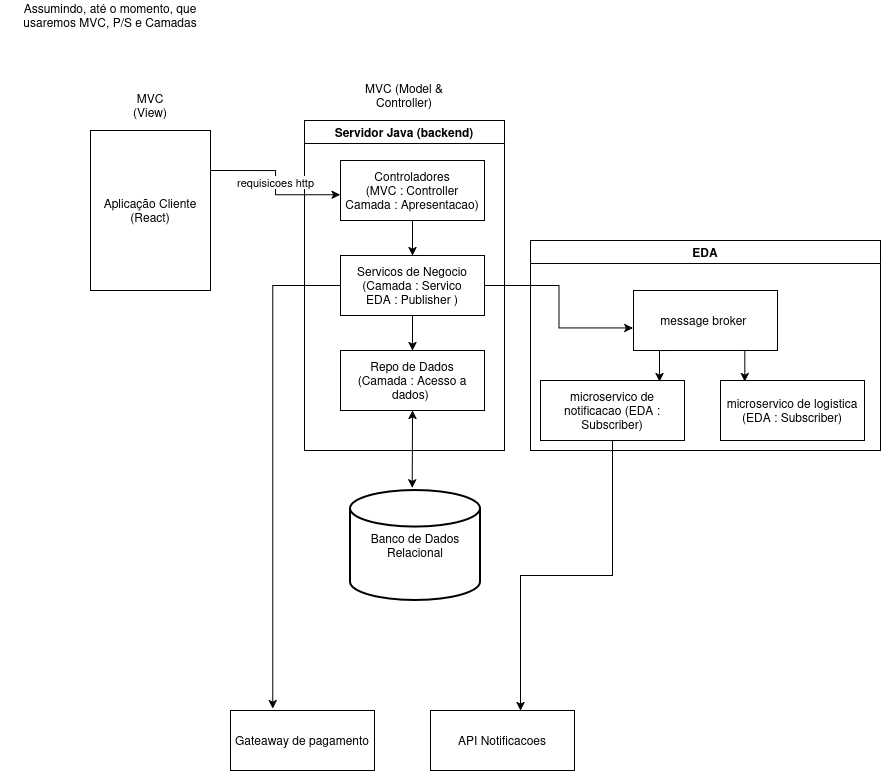
Before: Diagramas/visao-arquitetural/Visao arquitetural.drawio.png, a diagram exported from draw.io (vaniacourses/Floricultura-PRPP). Source tidied: cells renumbered, new cells last; positions are measured from the earlier drawing's top-left corner, leaving out a move shared by most shapes. The source it was exported from:
```xml
<mxGraphModel>
  <root>
    <mxCell id="0" />
    <mxCell id="1" parent="0" />
    <mxCell id="2" value="Aplicação Cliente (React)" style="rounded=0;whiteSpace=wrap;html=1;" parent="1" vertex="1">
      <mxGeometry x="90" y="130" width="120" height="160" as="geometry" />
    </mxCell>
    <mxCell id="3" value="MVC (View)" style="text;html=1;whiteSpace=wrap;strokeColor=none;fillColor=none;align=center;verticalAlign=middle;rounded=0;" parent="1" vertex="1">
      <mxGeometry x="120" y="90" width="60" height="30" as="geometry" />
    </mxCell>
    <mxCell id="4" value="MVC (Model &amp;amp; Controller)" style="text;html=1;whiteSpace=wrap;strokeColor=none;fillColor=none;align=center;verticalAlign=middle;rounded=0;" parent="1" vertex="1">
      <mxGeometry x="354" y="80" width="100" height="30" as="geometry" />
    </mxCell>
    <mxCell id="5" value="Servidor Java (backend)" style="swimlane;" parent="1" vertex="1">
      <mxGeometry x="304" y="120" width="200" height="330" as="geometry" />
    </mxCell>
    <mxCell id="6" style="edgeStyle=orthogonalEdgeStyle;rounded=0;jettySize=auto;html=1;entryX=0.5;entryY=0;entryDx=0;entryDy=0;" parent="5" edge="1" source="7" target="9">
      <mxGeometry relative="1" as="geometry" />
    </mxCell>
    <mxCell id="7" value="Controladores&lt;div&gt;(MVC : Controller&lt;br&gt;Camada : Apresentacao)&lt;/div&gt;" style="rounded=0;whiteSpace=wrap;html=1;" parent="5" vertex="1">
      <mxGeometry x="36" y="40" width="144" height="60" as="geometry" />
    </mxCell>
    <mxCell id="8" style="edgeStyle=orthogonalEdgeStyle;rounded=0;jettySize=auto;html=1;entryX=0.5;entryY=0;entryDx=0;entryDy=0;" parent="5" edge="1" source="9" target="10">
      <mxGeometry relative="1" as="geometry" />
    </mxCell>
    <mxCell id="9" value="Servicos de Negocio&lt;div&gt;(Camada : Servico&lt;/div&gt;&lt;div&gt;EDA : Publisher )&lt;/div&gt;" style="rounded=0;whiteSpace=wrap;html=1;" parent="5" vertex="1">
      <mxGeometry x="36" y="135" width="144" height="60" as="geometry" />
    </mxCell>
    <mxCell id="10" value="Repo de Dados&lt;div&gt;(Camada : Acesso a dados)&amp;nbsp;&lt;/div&gt;" style="rounded=0;whiteSpace=wrap;html=1;" parent="5" vertex="1">
      <mxGeometry x="36" y="230" width="144" height="60" as="geometry" />
    </mxCell>
    <mxCell id="11" value="Assumindo, até o momento, que usaremos MVC, P/S e Camadas" style="text;html=1;whiteSpace=wrap;strokeColor=none;fillColor=none;align=center;verticalAlign=middle;rounded=0;" parent="1" vertex="1">
      <mxGeometry width="220" height="30" as="geometry" />
    </mxCell>
    <mxCell id="12" value="requisicoes http" style="edgeStyle=orthogonalEdgeStyle;rounded=0;jettySize=auto;html=1;exitX=1;exitY=0.25;exitDx=0;exitDy=0;entryX=-0.002;entryY=0.571;entryDx=0;entryDy=0;entryPerimeter=0;" parent="1" edge="1" source="2" target="7">
      <mxGeometry relative="1" as="geometry" />
    </mxCell>
    <mxCell id="13" value="Banco de Dados Relacional" style="strokeWidth=2;html=1;shape=mxgraph.flowchart.database;whiteSpace=wrap;" parent="1" vertex="1">
      <mxGeometry x="350" y="490" width="130" height="110" as="geometry" />
    </mxCell>
    <mxCell id="14" style="endArrow=classic;startArrow=classic;html=1;rounded=0;exitX=0.536;exitY=-0.023;exitDx=0;exitDy=0;exitPerimeter=0;" parent="1" edge="1">
      <mxGeometry relative="1" as="geometry">
        <mxPoint x="411.7" y="487.5" as="sourcePoint" />
        <mxPoint x="412" y="410" as="targetPoint" />
      </mxGeometry>
    </mxCell>
    <mxCell id="15" value="Gateaway de pagamento" style="rounded=0;whiteSpace=wrap;html=1;" parent="1" vertex="1">
      <mxGeometry x="230" y="710" width="144" height="60" as="geometry" />
    </mxCell>
    <mxCell id="16" value="API Notificacoes" style="rounded=0;whiteSpace=wrap;html=1;" parent="1" vertex="1">
      <mxGeometry x="430" y="710" width="144" height="60" as="geometry" />
    </mxCell>
    <mxCell id="17" style="edgeStyle=orthogonalEdgeStyle;rounded=0;jettySize=auto;html=1;exitX=0;exitY=0.5;exitDx=0;exitDy=0;entryX=0.294;entryY=-0.033;entryDx=0;entryDy=0;entryPerimeter=0;" parent="1" edge="1" source="9" target="15">
      <mxGeometry relative="1" as="geometry" />
    </mxCell>
    <mxCell id="18" value="EDA" style="swimlane;whiteSpace=wrap;html=1;" parent="1" vertex="1">
      <mxGeometry x="530" y="240" width="350" height="210" as="geometry" />
    </mxCell>
    <mxCell id="19" value="message broker&amp;nbsp;" style="rounded=0;whiteSpace=wrap;html=1;" parent="18" vertex="1">
      <mxGeometry x="103" y="50" width="144" height="60" as="geometry" />
    </mxCell>
    <mxCell id="20" value="microservico de notificacao (EDA : Subscriber)" style="rounded=0;whiteSpace=wrap;html=1;" parent="18" vertex="1">
      <mxGeometry x="10" y="140" width="144" height="60" as="geometry" />
    </mxCell>
    <mxCell id="21" value="microservico de logistica (EDA : Subscriber)" style="rounded=0;whiteSpace=wrap;html=1;" parent="18" vertex="1">
      <mxGeometry x="190" y="140" width="144" height="60" as="geometry" />
    </mxCell>
    <mxCell id="22" style="edgeStyle=orthogonalEdgeStyle;rounded=0;jettySize=auto;html=1;exitX=0.25;exitY=1;exitDx=0;exitDy=0;entryX=0.827;entryY=0.019;entryDx=0;entryDy=0;entryPerimeter=0;" parent="18" edge="1" source="19" target="20">
      <mxGeometry relative="1" as="geometry" />
    </mxCell>
    <mxCell id="23" style="edgeStyle=orthogonalEdgeStyle;rounded=0;jettySize=auto;html=1;exitX=0.75;exitY=1;exitDx=0;exitDy=0;entryX=0.169;entryY=0.019;entryDx=0;entryDy=0;entryPerimeter=0;" parent="18" edge="1" source="19" target="21">
      <mxGeometry relative="1" as="geometry" />
    </mxCell>
    <mxCell id="24" style="edgeStyle=orthogonalEdgeStyle;rounded=0;jettySize=auto;html=1;entryX=-0.005;entryY=0.624;entryDx=0;entryDy=0;entryPerimeter=0;" parent="1" edge="1" source="9" target="19">
      <mxGeometry relative="1" as="geometry" />
    </mxCell>
    <mxCell id="25" style="edgeStyle=orthogonalEdgeStyle;rounded=0;jettySize=auto;html=1;entryX=0.625;entryY=0;entryDx=0;entryDy=0;entryPerimeter=0;" parent="1" edge="1" source="20" target="16">
      <mxGeometry relative="1" as="geometry" />
    </mxCell>
  </root>
</mxGraphModel>
```
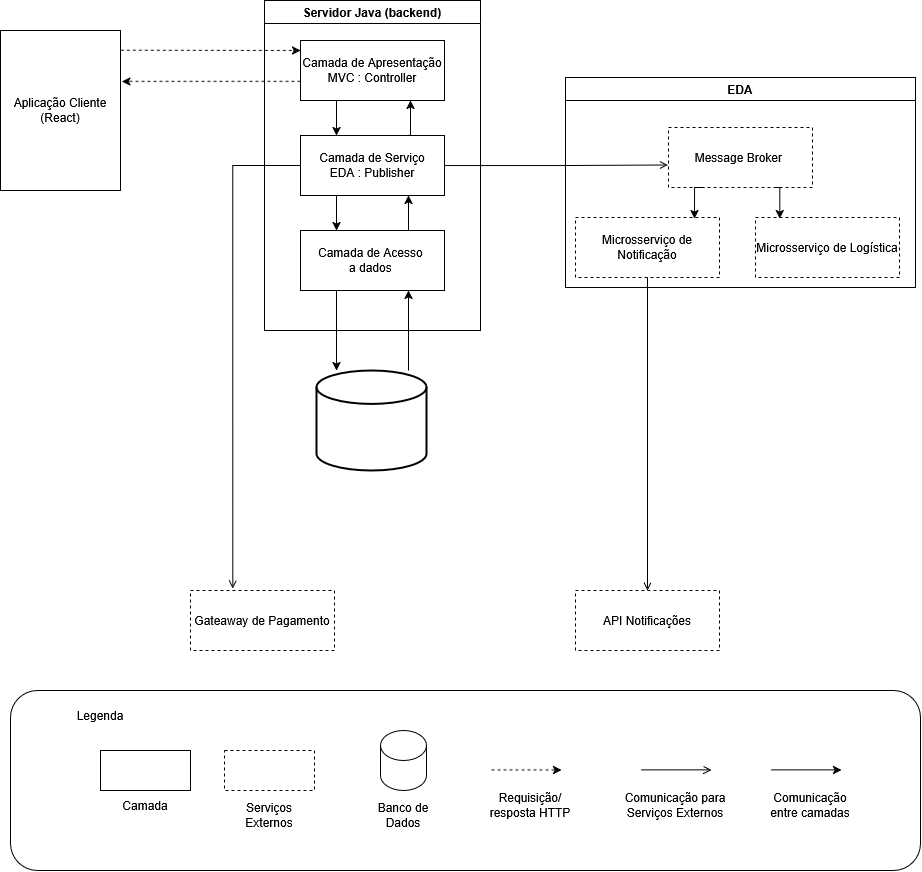
The same diagram one commit later.

Commit message:
Atualizar diagrama de Visão Arquitetural

What changed in the source:
```diff
@@ -3,66 +3,59 @@
     <mxCell id="0" />
     <mxCell id="1" parent="0" />
     <mxCell id="2" value="Aplicação Cliente (React)" style="rounded=0;whiteSpace=wrap;html=1;" parent="1" vertex="1">
-      <mxGeometry x="90" y="130" width="120" height="160" as="geometry" />
+      <mxGeometry x="40" y="150" width="120" height="160" as="geometry" />
     </mxCell>
-    <mxCell id="3" value="MVC (View)" style="text;html=1;whiteSpace=wrap;strokeColor=none;fillColor=none;align=center;verticalAlign=middle;rounded=0;" parent="1" vertex="1">
-      <mxGeometry x="120" y="90" width="60" height="30" as="geometry" />
-    </mxCell>
-    <mxCell id="4" value="MVC (Model &amp;amp; Controller)" style="text;html=1;whiteSpace=wrap;strokeColor=none;fillColor=none;align=center;verticalAlign=middle;rounded=0;" parent="1" vertex="1">
-      <mxGeometry x="354" y="80" width="100" height="30" as="geometry" />
-    </mxCell>
     <mxCell id="5" value="Servidor Java (backend)" style="swimlane;" parent="1" vertex="1">
-      <mxGeometry x="304" y="120" width="200" height="330" as="geometry" />
+      <mxGeometry x="304" y="120" width="216" height="330" as="geometry" />
     </mxCell>
-    <mxCell id="6" style="edgeStyle=orthogonalEdgeStyle;rounded=0;jettySize=auto;html=1;entryX=0.5;entryY=0;entryDx=0;entryDy=0;" parent="5" edge="1" source="7" target="9">
+    <mxCell id="6" style="edgeStyle=orthogonalEdgeStyle;rounded=0;jettySize=auto;html=1;entryX=0.25;entryY=0;entryDx=0;entryDy=0;exitX=0.25;exitY=1;exitDx=0;exitDy=0;" parent="5" edge="1" source="7" target="9">
       <mxGeometry relative="1" as="geometry" />
     </mxCell>
-    <mxCell id="7" value="Controladores&lt;div&gt;(MVC : Controller&lt;br&gt;Camada : Apresentacao)&lt;/div&gt;" style="rounded=0;whiteSpace=wrap;html=1;" parent="5" vertex="1">
+    <mxCell id="7" value="&lt;div&gt;Camada de Apresentação&lt;/div&gt;&lt;div&gt;MVC : Controller&lt;/div&gt;" style="rounded=0;whiteSpace=wrap;html=1;" parent="5" vertex="1">
       <mxGeometry x="36" y="40" width="144" height="60" as="geometry" />
     </mxCell>
-    <mxCell id="8" style="edgeStyle=orthogonalEdgeStyle;rounded=0;jettySize=auto;html=1;entryX=0.5;entryY=0;entryDx=0;entryDy=0;" parent="5" edge="1" source="9" target="10">
+    <mxCell id="8" style="edgeStyle=orthogonalEdgeStyle;rounded=0;jettySize=auto;html=1;entryX=0.25;entryY=0;entryDx=0;entryDy=0;exitX=0.25;exitY=1;exitDx=0;exitDy=0;" parent="5" edge="1" source="9" target="10">
       <mxGeometry relative="1" as="geometry" />
     </mxCell>
+    <mxCell id="26" style="edgeStyle=orthogonalEdgeStyle;rounded=0;jettySize=auto;html=1;exitX=0.75;exitY=0;exitDx=0;exitDy=0;" parent="5" edge="1" source="9">
+      <mxGeometry relative="1" as="geometry">
+        <mxPoint x="146" y="100" as="targetPoint" />
+        <Array as="points">
+          <mxPoint x="146" y="135" />
+        </Array>
+      </mxGeometry>
+    </mxCell>
-    <mxCell id="9" value="Servicos de Negocio&lt;div&gt;(Camada : Servico&lt;/div&gt;&lt;div&gt;EDA : Publisher )&lt;/div&gt;" style="rounded=0;whiteSpace=wrap;html=1;" parent="5" vertex="1">
+    <mxCell id="9" value="&lt;div&gt;Camada de Serviço&lt;/div&gt;&lt;div&gt;EDA : Publisher&lt;/div&gt;" style="rounded=0;whiteSpace=wrap;html=1;" parent="5" vertex="1">
       <mxGeometry x="36" y="135" width="144" height="60" as="geometry" />
     </mxCell>
+    <mxCell id="27" style="edgeStyle=orthogonalEdgeStyle;rounded=0;jettySize=auto;html=1;entryX=0.75;entryY=1;entryDx=0;entryDy=0;exitX=0.75;exitY=0;exitDx=0;exitDy=0;" parent="5" edge="1" source="10" target="9">
+      <mxGeometry relative="1" as="geometry" />
+    </mxCell>
-    <mxCell id="10" value="Repo de Dados&lt;div&gt;(Camada : Acesso a dados)&amp;nbsp;&lt;/div&gt;" style="rounded=0;whiteSpace=wrap;html=1;" parent="5" vertex="1">
+    <mxCell id="10" value="Camada de Acesso&amp;nbsp;&lt;div&gt;a dados&amp;nbsp;&lt;/div&gt;" style="rounded=0;whiteSpace=wrap;html=1;" parent="5" vertex="1">
       <mxGeometry x="36" y="230" width="144" height="60" as="geometry" />
     </mxCell>
-    <mxCell id="11" value="Assumindo, até o momento, que usaremos MVC, P/S e Camadas" style="text;html=1;whiteSpace=wrap;strokeColor=none;fillColor=none;align=center;verticalAlign=middle;rounded=0;" parent="1" vertex="1">
-      <mxGeometry width="220" height="30" as="geometry" />
-    </mxCell>
-    <mxCell id="12" value="requisicoes http" style="edgeStyle=orthogonalEdgeStyle;rounded=0;jettySize=auto;html=1;exitX=1;exitY=0.25;exitDx=0;exitDy=0;entryX=-0.002;entryY=0.571;entryDx=0;entryDy=0;entryPerimeter=0;" parent="1" edge="1" source="2" target="7">
-      <mxGeometry relative="1" as="geometry" />
-    </mxCell>
-    <mxCell id="13" value="Banco de Dados Relacional" style="strokeWidth=2;html=1;shape=mxgraph.flowchart.database;whiteSpace=wrap;" parent="1" vertex="1">
-      <mxGeometry x="350" y="490" width="130" height="110" as="geometry" />
+    <mxCell id="13" style="strokeWidth=2;html=1;shape=mxgraph.flowchart.database;whiteSpace=wrap;" parent="1" vertex="1">
+      <mxGeometry x="356" y="490" width="110" height="100" as="geometry" />
     </mxCell>
-    <mxCell id="14" style="endArrow=classic;startArrow=classic;html=1;rounded=0;exitX=0.536;exitY=-0.023;exitDx=0;exitDy=0;exitPerimeter=0;" parent="1" edge="1">
-      <mxGeometry relative="1" as="geometry">
-        <mxPoint x="411.7" y="487.5" as="sourcePoint" />
-        <mxPoint x="412" y="410" as="targetPoint" />
-      </mxGeometry>
-    </mxCell>
-    <mxCell id="15" value="Gateaway de pagamento" style="rounded=0;whiteSpace=wrap;html=1;" parent="1" vertex="1">
+    <mxCell id="15" value="Gateaway de Pagamento" style="rounded=0;whiteSpace=wrap;html=1;dashed=1;" parent="1" vertex="1">
       <mxGeometry x="230" y="710" width="144" height="60" as="geometry" />
     </mxCell>
-    <mxCell id="16" value="API Notificacoes" style="rounded=0;whiteSpace=wrap;html=1;" parent="1" vertex="1">
-      <mxGeometry x="430" y="710" width="144" height="60" as="geometry" />
+    <mxCell id="16" value="API Notificações" style="rounded=0;whiteSpace=wrap;html=1;dashed=1;" parent="1" vertex="1">
+      <mxGeometry x="615" y="710" width="144" height="60" as="geometry" />
     </mxCell>
-    <mxCell id="17" style="edgeStyle=orthogonalEdgeStyle;rounded=0;jettySize=auto;html=1;exitX=0;exitY=0.5;exitDx=0;exitDy=0;entryX=0.294;entryY=-0.033;entryDx=0;entryDy=0;entryPerimeter=0;" parent="1" edge="1" source="9" target="15">
+    <mxCell id="17" style="edgeStyle=orthogonalEdgeStyle;rounded=0;jettySize=auto;html=1;exitX=0;exitY=0.5;exitDx=0;exitDy=0;entryX=0.294;entryY=-0.033;entryDx=0;entryDy=0;entryPerimeter=0;endArrow=open;endFill=0;" parent="1" edge="1" source="9" target="15">
       <mxGeometry relative="1" as="geometry" />
     </mxCell>
     <mxCell id="18" value="EDA" style="swimlane;whiteSpace=wrap;html=1;" parent="1" vertex="1">
-      <mxGeometry x="530" y="240" width="350" height="210" as="geometry" />
+      <mxGeometry x="605" y="197" width="350" height="210" as="geometry" />
     </mxCell>
-    <mxCell id="19" value="message broker&amp;nbsp;" style="rounded=0;whiteSpace=wrap;html=1;" parent="18" vertex="1">
+    <mxCell id="19" value="Message Broker&amp;nbsp;" style="rounded=0;whiteSpace=wrap;html=1;dashed=1;" parent="18" vertex="1">
       <mxGeometry x="103" y="50" width="144" height="60" as="geometry" />
     </mxCell>
-    <mxCell id="20" value="microservico de notificacao (EDA : Subscriber)" style="rounded=0;whiteSpace=wrap;html=1;" parent="18" vertex="1">
+    <mxCell id="20" value="Microsserviço de Notificação" style="rounded=0;whiteSpace=wrap;html=1;dashed=1;" parent="18" vertex="1">
       <mxGeometry x="10" y="140" width="144" height="60" as="geometry" />
     </mxCell>
-    <mxCell id="21" value="microservico de logistica (EDA : Subscriber)" style="rounded=0;whiteSpace=wrap;html=1;" parent="18" vertex="1">
+    <mxCell id="21" value="Microsserviço de Logística" style="rounded=0;whiteSpace=wrap;html=1;dashed=1;" parent="18" vertex="1">
       <mxGeometry x="190" y="140" width="144" height="60" as="geometry" />
     </mxCell>
     <mxCell id="22" style="edgeStyle=orthogonalEdgeStyle;rounded=0;jettySize=auto;html=1;exitX=0.25;exitY=1;exitDx=0;exitDy=0;entryX=0.827;entryY=0.019;entryDx=0;entryDy=0;entryPerimeter=0;" parent="18" edge="1" source="19" target="20">
@@ -71,11 +64,80 @@
     <mxCell id="23" style="edgeStyle=orthogonalEdgeStyle;rounded=0;jettySize=auto;html=1;exitX=0.75;exitY=1;exitDx=0;exitDy=0;entryX=0.169;entryY=0.019;entryDx=0;entryDy=0;entryPerimeter=0;" parent="18" edge="1" source="19" target="21">
       <mxGeometry relative="1" as="geometry" />
     </mxCell>
-    <mxCell id="24" style="edgeStyle=orthogonalEdgeStyle;rounded=0;jettySize=auto;html=1;entryX=-0.005;entryY=0.624;entryDx=0;entryDy=0;entryPerimeter=0;" parent="1" edge="1" source="9" target="19">
+    <mxCell id="24" style="edgeStyle=orthogonalEdgeStyle;rounded=0;jettySize=auto;html=1;entryX=-0.005;entryY=0.624;entryDx=0;entryDy=0;entryPerimeter=0;endArrow=open;endFill=0;" parent="1" edge="1" source="9" target="19">
       <mxGeometry relative="1" as="geometry" />
     </mxCell>
-    <mxCell id="25" style="edgeStyle=orthogonalEdgeStyle;rounded=0;jettySize=auto;html=1;entryX=0.625;entryY=0;entryDx=0;entryDy=0;entryPerimeter=0;" parent="1" edge="1" source="20" target="16">
+    <mxCell id="25" style="edgeStyle=orthogonalEdgeStyle;rounded=0;jettySize=auto;html=1;entryX=0.5;entryY=0;entryDx=0;entryDy=0;endArrow=open;endFill=0;" parent="1" edge="1" source="20" target="16">
       <mxGeometry relative="1" as="geometry" />
     </mxCell>
+    <mxCell id="28" value="Legenda" style="text;html=1;whiteSpace=wrap;strokeColor=none;fillColor=none;align=center;verticalAlign=middle;rounded=0;" parent="1" vertex="1">
+      <mxGeometry x="110" y="820" width="60" height="30" as="geometry" />
+    </mxCell>
+    <mxCell id="29" style="rounded=0;whiteSpace=wrap;html=1;" parent="1" vertex="1">
+      <mxGeometry x="140" y="870" width="90" height="40" as="geometry" />
+    </mxCell>
+    <mxCell id="30" value="Camada" style="text;html=1;whiteSpace=wrap;strokeColor=none;fillColor=none;align=center;verticalAlign=middle;rounded=0;" parent="1" vertex="1">
+      <mxGeometry x="155" y="910" width="60" height="30" as="geometry" />
+    </mxCell>
+    <mxCell id="31" style="shape=cylinder3;whiteSpace=wrap;html=1;boundedLbl=1;backgroundOutline=1;size=15;" parent="1" vertex="1">
+      <mxGeometry x="420" y="850" width="46" height="60" as="geometry" />
+    </mxCell>
+    <mxCell id="32" style="endArrow=classic;html=1;rounded=0;fillColor=#FFFFFF;" parent="1" edge="1">
+      <mxGeometry relative="1" as="geometry">
+        <mxPoint x="811" y="889.4" as="sourcePoint" />
+        <mxPoint x="881" y="889.4" as="targetPoint" />
+      </mxGeometry>
+    </mxCell>
+    <mxCell id="33" value="Comunicação entre camadas" style="text;html=1;whiteSpace=wrap;strokeColor=none;fillColor=none;align=center;verticalAlign=middle;rounded=0;" parent="1" vertex="1">
+      <mxGeometry x="800" y="910" width="100" height="30" as="geometry" />
+    </mxCell>
+    <mxCell id="34" value="Requisição/resposta HTTP" style="text;html=1;whiteSpace=wrap;strokeColor=none;fillColor=none;align=center;verticalAlign=middle;rounded=0;" parent="1" vertex="1">
+      <mxGeometry x="520" y="910" width="100" height="30" as="geometry" />
+    </mxCell>
+    <mxCell id="35" value="Banco de&lt;br&gt;Dados" style="text;html=1;whiteSpace=wrap;strokeColor=none;fillColor=none;align=center;verticalAlign=middle;rounded=0;" parent="1" vertex="1">
+      <mxGeometry x="413" y="920" width="60" height="30" as="geometry" />
+    </mxCell>
+    <mxCell id="36" style="endArrow=classic;html=1;rounded=0;fillColor=#FFFFFF;dashed=1;" parent="1" edge="1">
+      <mxGeometry relative="1" as="geometry">
+        <mxPoint x="531" y="889.4" as="sourcePoint" />
+        <mxPoint x="601" y="889.4" as="targetPoint" />
+      </mxGeometry>
+    </mxCell>
+    <mxCell id="37" value="Comunicação para Serviços Externos" style="text;html=1;whiteSpace=wrap;strokeColor=none;fillColor=none;align=center;verticalAlign=middle;rounded=0;" parent="1" vertex="1">
+      <mxGeometry x="660" y="910" width="110" height="30" as="geometry" />
+    </mxCell>
+    <mxCell id="38" style="endArrow=open;html=1;rounded=0;fillColor=#FFFFFF;endFill=0;" parent="1" edge="1">
+      <mxGeometry relative="1" as="geometry">
+        <mxPoint x="681" y="889.4" as="sourcePoint" />
+        <mxPoint x="751" y="889.4" as="targetPoint" />
+      </mxGeometry>
+    </mxCell>
+    <mxCell id="39" style="rounded=1;whiteSpace=wrap;html=1;fillColor=none;" parent="1" vertex="1">
+      <mxGeometry x="50" y="810" width="910" height="180" as="geometry" />
+    </mxCell>
+    <mxCell id="40" style="rounded=0;whiteSpace=wrap;html=1;strokeColor=default;dashed=1;" parent="1" vertex="1">
+      <mxGeometry x="264" y="870" width="90" height="40" as="geometry" />
+    </mxCell>
+    <mxCell id="41" value="Serviços Externos" style="text;html=1;whiteSpace=wrap;strokeColor=none;fillColor=none;align=center;verticalAlign=middle;rounded=0;" parent="1" vertex="1">
+      <mxGeometry x="279" y="920" width="60" height="30" as="geometry" />
+    </mxCell>
+    <mxCell id="42" style="endArrow=classic;html=1;rounded=0;exitX=0.25;exitY=1;exitDx=0;exitDy=0;endFill=1;" parent="1" edge="1" source="10">
+      <mxGeometry relative="1" as="geometry">
+        <mxPoint x="376" y="490" as="targetPoint" />
+      </mxGeometry>
+    </mxCell>
+    <mxCell id="43" style="endArrow=classic;html=1;rounded=0;endFill=1;entryX=0.75;entryY=1;entryDx=0;entryDy=0;" parent="1" edge="1" target="10">
+      <mxGeometry relative="1" as="geometry">
+        <mxPoint x="448" y="490" as="sourcePoint" />
+      </mxGeometry>
+    </mxCell>
+    <mxCell id="44" style="endArrow=classic;html=1;rounded=0;exitX=1.003;exitY=0.123;exitDx=0;exitDy=0;exitPerimeter=0;dashed=1;" parent="1" edge="1" source="2">
+      <mxGeometry relative="1" as="geometry">
+        <mxPoint x="340" y="170" as="targetPoint" />
+      </mxGeometry>
+    </mxCell>
+    <mxCell id="45" style="endArrow=classic;html=1;rounded=0;entryX=1.011;entryY=0.318;entryDx=0;entryDy=0;entryPerimeter=0;exitX=0;exitY=0.681;exitDx=0;exitDy=0;exitPerimeter=0;dashed=1;" parent="1" edge="1" source="7" target="2">
+      <mxGeometry relative="1" as="geometry" />
+    </mxCell>
   </root>
 </mxGraphModel>
```
